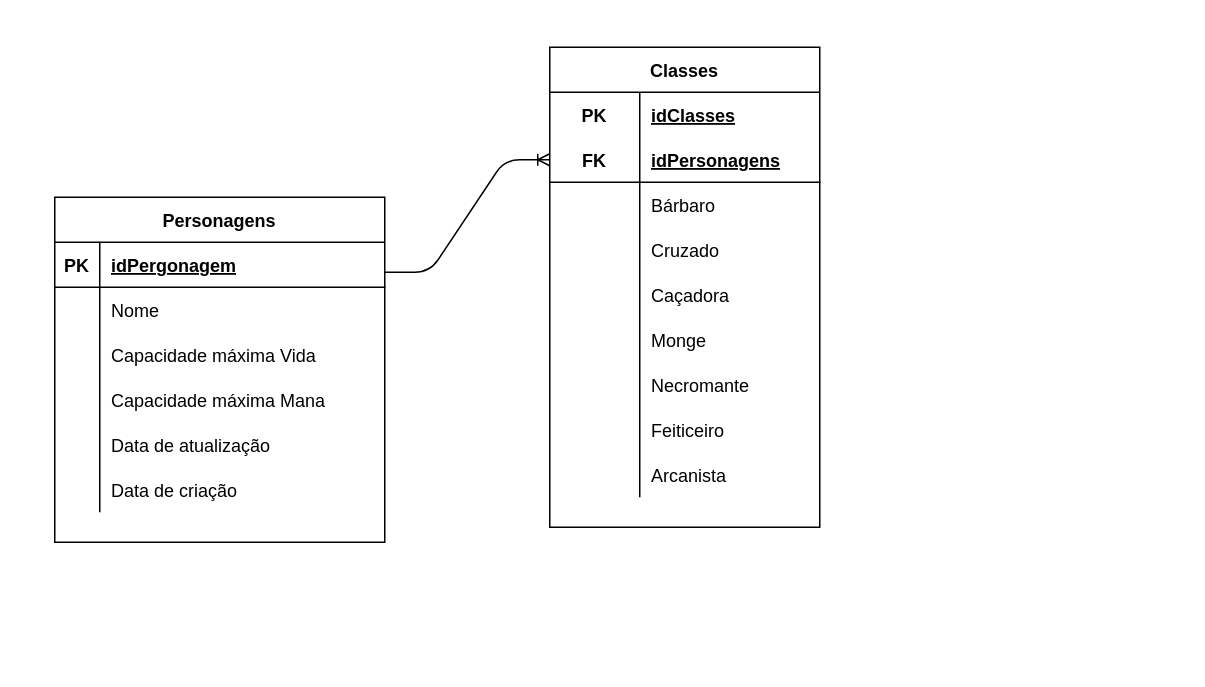
The draw.io diagram page "logico" (2 of 2) of exercicios/1.3-exercicio-pclinics/senai_hroads_draw.io.drawio in bren-lari/senai_sprint_1bd, before the edit. Source tidied: cells renumbered, new cells numbered last; positions are measured from the earlier drawing's top-left corner, leaving out a move shared by most shapes. Both pictures are drawn from the tidied source at 150%, with x=0, y=0 at pixel (54, 46).
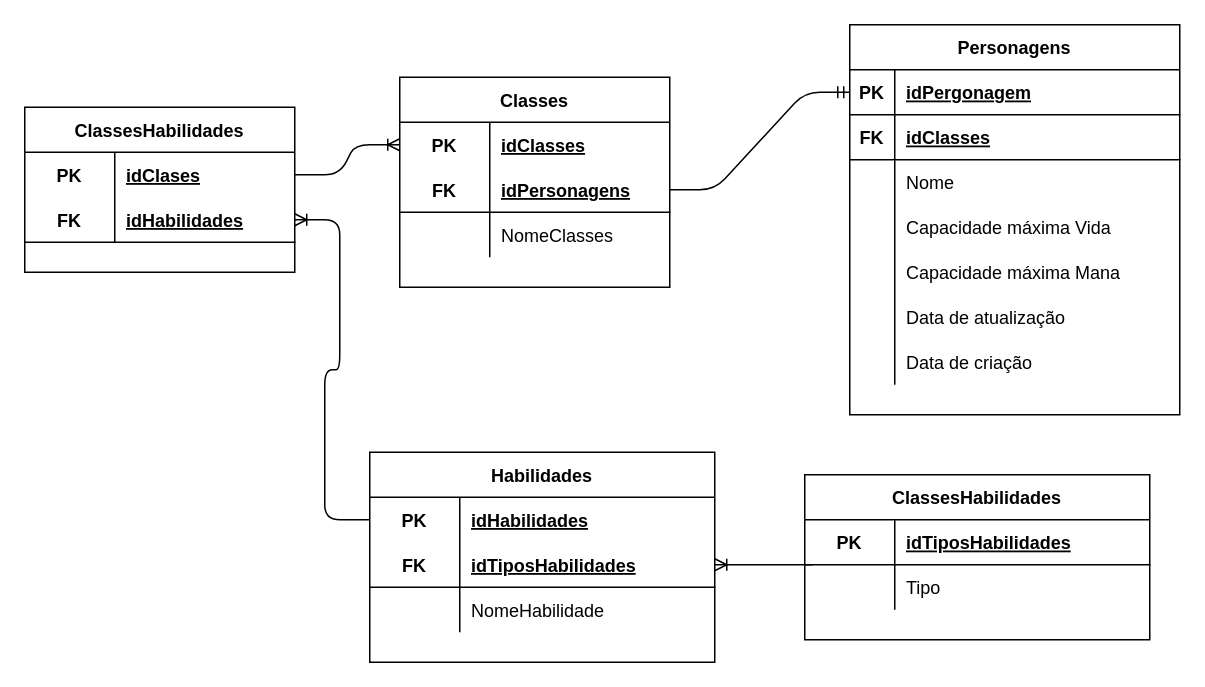
Above is the later version.

Unchanged cells that the change refers to:
```xml
<mxCell id="3" style="shape=partialRectangle;fillColor=none;top=0;left=0;bottom=1;right=0;points=[[0,0.5],[1,0.5]];portConstraint=eastwest;" parent="2" vertex="1">
  <mxGeometry y="30" width="220" height="30" as="geometry" />
</mxCell>
<mxCell id="28" style="shape=partialRectangle;fillColor=none;top=0;left=0;bottom=0;right=0;" parent="21" vertex="1">
  <mxGeometry y="90" width="180" height="30" as="geometry" />
</mxCell>
```

Diff of the diagram source:
```diff
@@
     <mxCell id="2" value="Personagens" style="shape=table;startSize=30;childLayout=tableLayout;rowLines=0;fontStyle=1;align=center;" parent="1" vertex="1">
-      <mxGeometry y="100" width="220" height="230" as="geometry" />
+      <mxGeometry x="530" y="-15" width="220" height="260" as="geometry" />
     </mxCell>
@@
+    <mxCell id="50" style="shape=partialRectangle;fillColor=none;top=0;left=0;bottom=1;right=0;" parent="2" vertex="1">
+      <mxGeometry y="60" width="220" height="30" as="geometry" />
+    </mxCell>
+    <mxCell id="51" value="FK" style="shape=partialRectangle;fillColor=none;top=0;left=0;bottom=0;right=0;fontStyle=1;overflow=hidden;" parent="50" vertex="1">
+      <mxGeometry width="30" height="30" as="geometry" />
+    </mxCell>
+    <mxCell id="52" value="idClasses" style="shape=partialRectangle;fillColor=none;top=0;left=0;bottom=0;right=0;align=left;spacingLeft=6;fontStyle=5;overflow=hidden;" parent="50" vertex="1">
+      <mxGeometry x="30" width="190" height="30" as="geometry" />
+    </mxCell>
     <mxCell id="6" style="shape=partialRectangle;fillColor=none;top=0;left=0;bottom=0;right=0;" parent="2" vertex="1">
-      <mxGeometry y="60" width="220" height="30" as="geometry" />
+      <mxGeometry y="90" width="220" height="30" as="geometry" />
     </mxCell>
@@
     <mxCell id="9" style="shape=partialRectangle;fillColor=none;top=0;left=0;bottom=0;right=0;" parent="2" vertex="1">
-      <mxGeometry y="90" width="220" height="30" as="geometry" />
+      <mxGeometry y="120" width="220" height="30" as="geometry" />
     </mxCell>
@@
     <mxCell id="12" style="shape=partialRectangle;fillColor=none;top=0;left=0;bottom=0;right=0;" parent="2" vertex="1">
-      <mxGeometry y="120" width="220" height="30" as="geometry" />
+      <mxGeometry y="150" width="220" height="30" as="geometry" />
     </mxCell>
@@
     <mxCell id="15" style="shape=partialRectangle;fillColor=none;top=0;left=0;bottom=0;right=0;" parent="2" vertex="1">
-      <mxGeometry y="150" width="220" height="30" as="geometry" />
+      <mxGeometry y="180" width="220" height="30" as="geometry" />
     </mxCell>
@@
     <mxCell id="18" style="shape=partialRectangle;fillColor=none;top=0;left=0;bottom=0;right=0;" parent="2" vertex="1">
-      <mxGeometry y="180" width="220" height="30" as="geometry" />
+      <mxGeometry y="210" width="220" height="30" as="geometry" />
     </mxCell>
@@
+    <mxCell id="53" value="Habilidades" style="shape=table;startSize=30;childLayout=tableLayout;rowLines=0;fontStyle=1;align=center;" parent="1" vertex="1">
+      <mxGeometry x="210" y="270" width="230" height="140" as="geometry" />
+    </mxCell>
+    <mxCell id="54" style="shape=partialRectangle;fillColor=none;top=0;left=0;bottom=0;right=0;points=[[0,0.5],[1,0.5]];portConstraint=eastwest;" parent="53" vertex="1">
+      <mxGeometry y="30" width="230" height="30" as="geometry" />
+    </mxCell>
+    <mxCell id="55" value="PK" style="shape=partialRectangle;fillColor=none;top=0;left=0;bottom=0;right=0;fontStyle=1;overflow=hidden;" parent="54" vertex="1">
+      <mxGeometry width="60" height="30" as="geometry" />
+    </mxCell>
+    <mxCell id="56" value="idHabilidades" style="shape=partialRectangle;fillColor=none;top=0;left=0;bottom=0;right=0;align=left;spacingLeft=6;fontStyle=5;overflow=hidden;" parent="54" vertex="1">
+      <mxGeometry x="60" width="170" height="30" as="geometry" />
+    </mxCell>
+    <mxCell id="57" style="shape=partialRectangle;fillColor=none;top=0;left=0;bottom=1;right=0;points=[[0,0.5],[1,0.5]];portConstraint=eastwest;" parent="53" vertex="1">
+      <mxGeometry y="60" width="230" height="30" as="geometry" />
+    </mxCell>
+    <mxCell id="58" value="FK" style="shape=partialRectangle;fillColor=none;top=0;left=0;bottom=0;right=0;fontStyle=1;overflow=hidden;" parent="57" vertex="1">
+      <mxGeometry width="60" height="30" as="geometry" />
+    </mxCell>
+    <mxCell id="59" value="idTiposHabilidades" style="shape=partialRectangle;fillColor=none;top=0;left=0;bottom=0;right=0;align=left;spacingLeft=6;fontStyle=5;overflow=hidden;" parent="57" vertex="1">
+      <mxGeometry x="60" width="170" height="30" as="geometry" />
+    </mxCell>
+    <mxCell id="60" style="shape=partialRectangle;fillColor=none;top=0;left=0;bottom=0;right=0;" parent="53" vertex="1">
+      <mxGeometry y="90" width="230" height="30" as="geometry" />
+    </mxCell>
+    <mxCell id="61" style="shape=partialRectangle;fillColor=none;top=0;left=0;bottom=0;right=0;overflow=hidden;" parent="60" vertex="1">
+      <mxGeometry width="60" height="30" as="geometry" />
+    </mxCell>
+    <mxCell id="62" value="NomeHabilidade" style="shape=partialRectangle;fillColor=none;top=0;left=0;bottom=0;right=0;align=left;spacingLeft=6;overflow=hidden;" parent="60" vertex="1">
+      <mxGeometry x="60" width="170" height="30" as="geometry" />
+    </mxCell>
     <mxCell id="21" value="Classes" style="shape=table;startSize=30;childLayout=tableLayout;rowLines=0;fontStyle=1;align=center;" parent="1" vertex="1">
-      <mxGeometry x="330" width="180" height="320" as="geometry" />
+      <mxGeometry x="230" y="20" width="180" height="140" as="geometry" />
     </mxCell>
-    <mxCell id="22" style="shape=partialRectangle;fillColor=none;top=0;left=0;bottom=0;right=0;" parent="21" vertex="1">
-      <mxGeometry y="30" width="180" height="30" as="geometry" />
-    </mxCell>
-    <mxCell id="23" value="PK" style="shape=partialRectangle;fillColor=none;top=0;left=0;bottom=0;right=0;fontStyle=1;overflow=hidden;" parent="22" vertex="1">
-      <mxGeometry width="60" height="30" as="geometry" />
-    </mxCell>
+    <mxCell id="63" style="shape=partialRectangle;fillColor=none;top=0;left=0;bottom=0;right=0;points=[[0,0.5],[1,0.5]];portConstraint=eastwest;" parent="21" vertex="1">
+      <mxGeometry y="30" width="180" height="30" as="geometry" />
+    </mxCell>
+    <mxCell id="64" value="PK" style="shape=partialRectangle;fillColor=none;top=0;left=0;bottom=0;right=0;fontStyle=1;overflow=hidden;" parent="63" vertex="1">
+      <mxGeometry width="60" height="30" as="geometry" />
+    </mxCell>
-    <mxCell id="24" value="idClasses" style="shape=partialRectangle;fillColor=none;top=0;left=0;bottom=0;right=0;align=left;spacingLeft=6;fontStyle=5;overflow=hidden;" parent="22" vertex="1">
+    <mxCell id="24" value="idClasses" style="shape=partialRectangle;fillColor=none;top=0;left=0;bottom=0;right=0;align=left;spacingLeft=6;fontStyle=5;overflow=hidden;" parent="63" vertex="1">
       <mxGeometry x="60" width="120" height="30" as="geometry" />
     </mxCell>
-    <mxCell id="25" style="shape=partialRectangle;fillColor=none;top=0;left=0;bottom=1;right=0;points=[[0,0.5],[1,0.5]];portConstraint=eastwest;" parent="21" vertex="1">
-      <mxGeometry y="60" width="180" height="30" as="geometry" />
-    </mxCell>
-    <mxCell id="26" value="FK" style="shape=partialRectangle;fillColor=none;top=0;left=0;bottom=0;right=0;fontStyle=1;overflow=hidden;" parent="25" vertex="1">
-      <mxGeometry width="60" height="30" as="geometry" />
-    </mxCell>
+    <mxCell id="65" style="shape=partialRectangle;fillColor=none;top=0;left=0;bottom=1;right=0;points=[[0,0.5],[1,0.5]];portConstraint=eastwest;" parent="21" vertex="1">
+      <mxGeometry y="60" width="180" height="30" as="geometry" />
+    </mxCell>
+    <mxCell id="66" value="FK" style="shape=partialRectangle;fillColor=none;top=0;left=0;bottom=0;right=0;fontStyle=1;overflow=hidden;" parent="65" vertex="1">
+      <mxGeometry width="60" height="30" as="geometry" />
+    </mxCell>
-    <mxCell id="27" value="idPersonagens" style="shape=partialRectangle;fillColor=none;top=0;left=0;bottom=0;right=0;align=left;spacingLeft=6;fontStyle=5;overflow=hidden;" parent="25" vertex="1">
+    <mxCell id="27" value="idPersonagens" style="shape=partialRectangle;fillColor=none;top=0;left=0;bottom=0;right=0;align=left;spacingLeft=6;fontStyle=5;overflow=hidden;" parent="65" vertex="1">
       <mxGeometry x="60" width="120" height="30" as="geometry" />
     </mxCell>
@@
-    <mxCell id="29" style="shape=partialRectangle;fillColor=none;top=0;left=0;bottom=0;right=0;overflow=hidden;" parent="28" vertex="1">
-      <mxGeometry width="60" height="30" as="geometry" />
-    </mxCell>
-    <mxCell id="30" value="Bárbaro" style="shape=partialRectangle;fillColor=none;top=0;left=0;bottom=0;right=0;align=left;spacingLeft=6;overflow=hidden;" parent="28" vertex="1">
-      <mxGeometry x="60" width="120" height="30" as="geometry" />
-    </mxCell>
-    <mxCell id="31" style="shape=partialRectangle;fillColor=none;top=0;left=0;bottom=0;right=0;" parent="21" vertex="1">
-      <mxGeometry y="120" width="180" height="30" as="geometry" />
-    </mxCell>
-    <mxCell id="32" style="shape=partialRectangle;fillColor=none;top=0;left=0;bottom=0;right=0;overflow=hidden;" parent="31" vertex="1">
-      <mxGeometry width="60" height="30" as="geometry" />
-    </mxCell>
-    <mxCell id="33" value="Cruzado" style="shape=partialRectangle;fillColor=none;top=0;left=0;bottom=0;right=0;align=left;spacingLeft=6;overflow=hidden;" parent="31" vertex="1">
-      <mxGeometry x="60" width="120" height="30" as="geometry" />
-    </mxCell>
-    <mxCell id="34" style="shape=partialRectangle;fillColor=none;top=0;left=0;bottom=0;right=0;" parent="21" vertex="1">
-      <mxGeometry y="150" width="180" height="30" as="geometry" />
-    </mxCell>
-    <mxCell id="35" style="shape=partialRectangle;fillColor=none;top=0;left=0;bottom=0;right=0;overflow=hidden;" parent="34" vertex="1">
-      <mxGeometry width="60" height="30" as="geometry" />
-    </mxCell>
-    <mxCell id="36" value="Caçadora" style="shape=partialRectangle;fillColor=none;top=0;left=0;bottom=0;right=0;align=left;spacingLeft=6;overflow=hidden;" parent="34" vertex="1">
-      <mxGeometry x="60" width="120" height="30" as="geometry" />
-    </mxCell>
-    <mxCell id="37" style="shape=partialRectangle;fillColor=none;top=0;left=0;bottom=0;right=0;" parent="21" vertex="1">
-      <mxGeometry y="180" width="180" height="30" as="geometry" />
-    </mxCell>
-    <mxCell id="38" style="shape=partialRectangle;fillColor=none;top=0;left=0;bottom=0;right=0;overflow=hidden;" parent="37" vertex="1">
-      <mxGeometry width="60" height="30" as="geometry" />
-    </mxCell>
-    <mxCell id="39" value="Monge" style="shape=partialRectangle;fillColor=none;top=0;left=0;bottom=0;right=0;align=left;spacingLeft=6;overflow=hidden;" parent="37" vertex="1">
-      <mxGeometry x="60" width="120" height="30" as="geometry" />
-    </mxCell>
-    <mxCell id="40" style="shape=partialRectangle;fillColor=none;top=0;left=0;bottom=0;right=0;" parent="21" vertex="1">
-      <mxGeometry y="210" width="180" height="30" as="geometry" />
-    </mxCell>
-    <mxCell id="41" style="shape=partialRectangle;fillColor=none;top=0;left=0;bottom=0;right=0;overflow=hidden;" parent="40" vertex="1">
-      <mxGeometry width="60" height="30" as="geometry" />
-    </mxCell>
-    <mxCell id="42" value="Necromante" style="shape=partialRectangle;fillColor=none;top=0;left=0;bottom=0;right=0;align=left;spacingLeft=6;overflow=hidden;" parent="40" vertex="1">
-      <mxGeometry x="60" width="120" height="30" as="geometry" />
-    </mxCell>
-    <mxCell id="43" style="shape=partialRectangle;fillColor=none;top=0;left=0;bottom=0;right=0;" parent="21" vertex="1">
-      <mxGeometry y="240" width="180" height="30" as="geometry" />
-    </mxCell>
-    <mxCell id="44" style="shape=partialRectangle;fillColor=none;top=0;left=0;bottom=0;right=0;overflow=hidden;" parent="43" vertex="1">
-      <mxGeometry width="60" height="30" as="geometry" />
-    </mxCell>
-    <mxCell id="45" value="Feiticeiro" style="shape=partialRectangle;fillColor=none;top=0;left=0;bottom=0;right=0;align=left;spacingLeft=6;overflow=hidden;" parent="43" vertex="1">
-      <mxGeometry x="60" width="120" height="30" as="geometry" />
-    </mxCell>
-    <mxCell id="46" style="shape=partialRectangle;fillColor=none;top=0;left=0;bottom=0;right=0;" parent="21" vertex="1">
-      <mxGeometry y="270" width="180" height="30" as="geometry" />
-    </mxCell>
-    <mxCell id="47" style="shape=partialRectangle;fillColor=none;top=0;left=0;bottom=0;right=0;overflow=hidden;" parent="46" vertex="1">
-      <mxGeometry width="60" height="30" as="geometry" />
-    </mxCell>
-    <mxCell id="48" value="Arcanista" style="shape=partialRectangle;fillColor=none;top=0;left=0;bottom=0;right=0;align=left;spacingLeft=6;overflow=hidden;" parent="46" vertex="1">
-      <mxGeometry x="60" width="120" height="30" as="geometry" />
-    </mxCell>
-    <mxCell id="49" style="edgeStyle=entityRelationEdgeStyle;fontSize=12;html=1;endArrow=ERoneToMany;entryX=0;entryY=0.5;entryDx=0;entryDy=0;" parent="1" edge="1" target="25">
-      <mxGeometry relative="1" as="geometry">
-        <mxPoint x="220" y="150" as="sourcePoint" />
-      </mxGeometry>
-    </mxCell>
+    <mxCell id="67" style="shape=partialRectangle;fillColor=none;top=0;left=0;bottom=0;right=0;overflow=hidden;" parent="28" vertex="1">
+      <mxGeometry width="60" height="30" as="geometry" />
+    </mxCell>
+    <mxCell id="68" value="NomeClasses" style="shape=partialRectangle;fillColor=none;top=0;left=0;bottom=0;right=0;align=left;spacingLeft=6;overflow=hidden;" parent="28" vertex="1">
+      <mxGeometry x="60" width="120" height="30" as="geometry" />
+    </mxCell>
+    <mxCell id="69" style="edgeStyle=entityRelationEdgeStyle;fontSize=12;html=1;endArrow=ERmandOne;entryX=0;entryY=0.5;entryDx=0;entryDy=0;exitX=1;exitY=0.5;exitDx=0;exitDy=0;" parent="1" edge="1" source="65" target="3">
+      <mxGeometry relative="1" as="geometry" />
+    </mxCell>
+    <mxCell id="70" value="ClassesHabilidades" style="shape=table;startSize=30;childLayout=tableLayout;rowLines=0;fontStyle=1;align=center;" parent="1" vertex="1">
+      <mxGeometry x="-20" y="40" width="180" height="110" as="geometry" />
+    </mxCell>
+    <mxCell id="71" style="shape=partialRectangle;fillColor=none;top=0;left=0;bottom=0;right=0;points=[[0,0.5],[1,0.5]];portConstraint=eastwest;" parent="70" vertex="1">
+      <mxGeometry y="30" width="180" height="30" as="geometry" />
+    </mxCell>
+    <mxCell id="72" value="PK" style="shape=partialRectangle;fillColor=none;top=0;left=0;bottom=0;right=0;fontStyle=1;overflow=hidden;" parent="71" vertex="1">
+      <mxGeometry width="60" height="30" as="geometry" />
+    </mxCell>
+    <mxCell id="73" value="idClases" style="shape=partialRectangle;fillColor=none;top=0;left=0;bottom=0;right=0;align=left;spacingLeft=6;fontStyle=5;overflow=hidden;" parent="71" vertex="1">
+      <mxGeometry x="60" width="120" height="30" as="geometry" />
+    </mxCell>
+    <mxCell id="74" style="shape=partialRectangle;fillColor=none;top=0;left=0;bottom=1;right=0;points=[[0,0.5],[1,0.5]];portConstraint=eastwest;" parent="70" vertex="1">
+      <mxGeometry y="60" width="180" height="30" as="geometry" />
+    </mxCell>
+    <mxCell id="75" value="FK" style="shape=partialRectangle;fillColor=none;top=0;left=0;bottom=0;right=0;fontStyle=1;overflow=hidden;" parent="74" vertex="1">
+      <mxGeometry width="60" height="30" as="geometry" />
+    </mxCell>
+    <mxCell id="76" value="idHabilidades" style="shape=partialRectangle;fillColor=none;top=0;left=0;bottom=0;right=0;align=left;spacingLeft=6;fontStyle=5;overflow=hidden;" parent="74" vertex="1">
+      <mxGeometry x="60" width="120" height="30" as="geometry" />
+    </mxCell>
+    <mxCell id="77" style="edgeStyle=entityRelationEdgeStyle;fontSize=12;html=1;endArrow=ERoneToMany;exitX=1;exitY=0.5;exitDx=0;exitDy=0;entryX=0;entryY=0.5;entryDx=0;entryDy=0;" parent="1" edge="1" source="71" target="63">
+      <mxGeometry relative="1" as="geometry" />
+    </mxCell>
+    <mxCell id="78" style="edgeStyle=entityRelationEdgeStyle;fontSize=12;html=1;endArrow=ERoneToMany;exitX=0;exitY=0.5;exitDx=0;exitDy=0;" parent="1" edge="1" source="54" target="74">
+      <mxGeometry relative="1" as="geometry" />
+    </mxCell>
+    <mxCell id="79" style="edgeStyle=entityRelationEdgeStyle;fontSize=12;html=1;endArrow=ERoneToMany;entryX=1;entryY=0.5;entryDx=0;entryDy=0;" parent="1" edge="1" target="57">
+      <mxGeometry relative="1" as="geometry">
+        <mxPoint x="480" y="345" as="sourcePoint" />
+      </mxGeometry>
+    </mxCell>
+    <mxCell id="80" value="ClassesHabilidades" style="shape=table;startSize=30;childLayout=tableLayout;rowLines=0;fontStyle=1;align=center;" parent="1" vertex="1">
+      <mxGeometry x="500" y="285" width="230" height="110" as="geometry" />
+    </mxCell>
+    <mxCell id="81" style="shape=partialRectangle;fillColor=none;top=0;left=0;bottom=1;right=0;" parent="80" vertex="1">
+      <mxGeometry y="30" width="230" height="30" as="geometry" />
+    </mxCell>
+    <mxCell id="82" value="PK" style="shape=partialRectangle;fillColor=none;top=0;left=0;bottom=0;right=0;fontStyle=1;overflow=hidden;" parent="81" vertex="1">
+      <mxGeometry width="60" height="30" as="geometry" />
+    </mxCell>
+    <mxCell id="83" value="idTiposHabilidades" style="shape=partialRectangle;fillColor=none;top=0;left=0;bottom=0;right=0;align=left;spacingLeft=6;fontStyle=5;overflow=hidden;" parent="81" vertex="1">
+      <mxGeometry x="60" width="170" height="30" as="geometry" />
+    </mxCell>
+    <mxCell id="84" style="shape=partialRectangle;fillColor=none;top=0;left=0;bottom=0;right=0;" parent="80" vertex="1">
+      <mxGeometry y="60" width="230" height="30" as="geometry" />
+    </mxCell>
+    <mxCell id="85" style="shape=partialRectangle;fillColor=none;top=0;left=0;bottom=0;right=0;overflow=hidden;" parent="84" vertex="1">
+      <mxGeometry width="60" height="30" as="geometry" />
+    </mxCell>
+    <mxCell id="86" value="Tipo" style="shape=partialRectangle;fillColor=none;top=0;left=0;bottom=0;right=0;align=left;spacingLeft=6;overflow=hidden;" parent="84" vertex="1">
+      <mxGeometry x="60" width="170" height="30" as="geometry" />
+    </mxCell>
```
